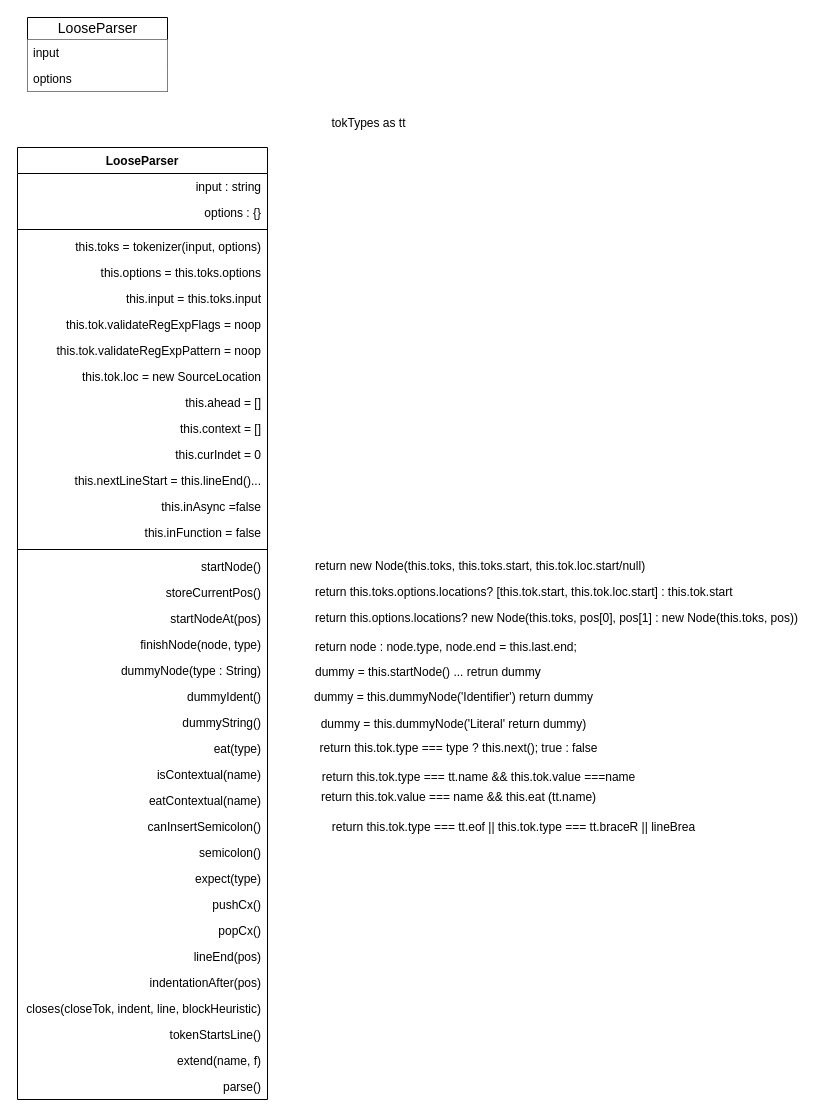
Above: Acron.drawio in GitSamson/Scode (draw.io), before the change. Source tidied: cells renumbered, new cells numbered last; positions are measured from the earlier drawing's top-left corner, leaving out a move shared by most shapes. Both pictures are drawn from the tidied source at 100%, with x=0, y=0 at pixel (17, 17).
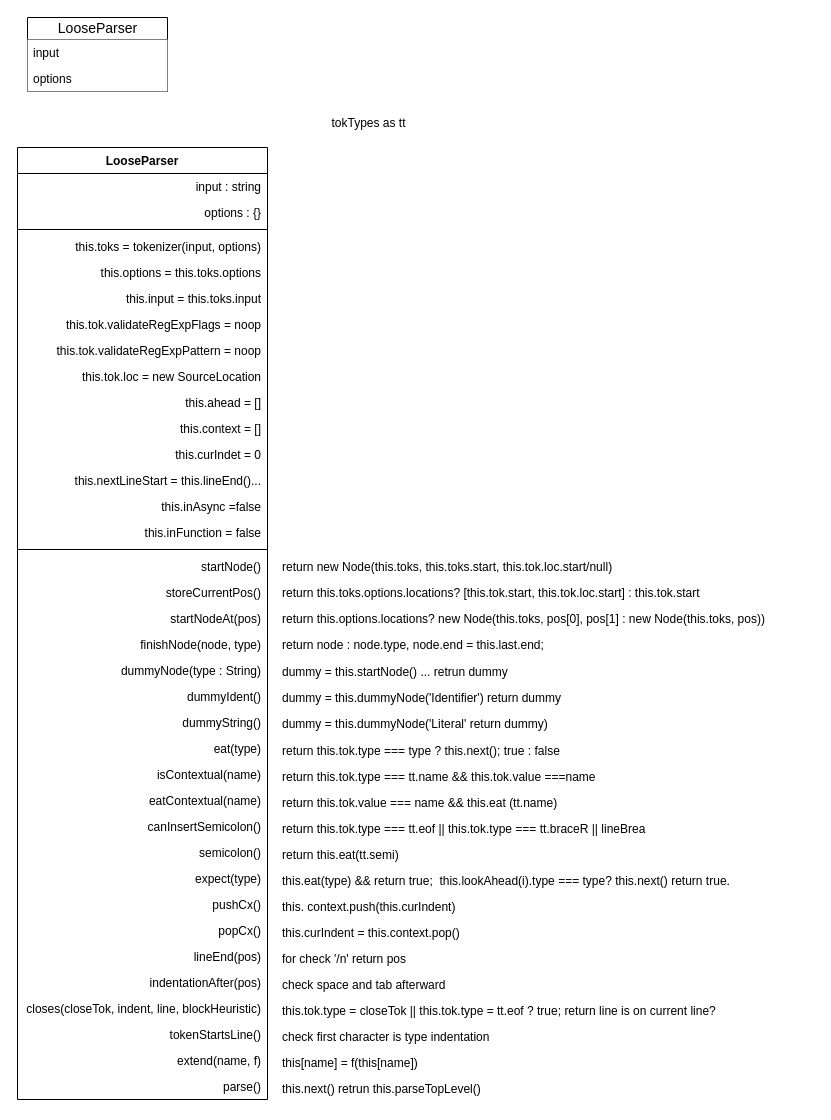
The same page after the edit.

Diff of the diagram source:
```diff
@@
     <mxCell id="43" value="return new Node(this.toks, this.toks.start, this.tok.loc.start/null)" style="text;html=1;align=left;verticalAlign=middle;" parent="1" vertex="1">
-      <mxGeometry x="296" y="539" width="350" height="20" as="geometry" />
+      <mxGeometry x="263" y="540" width="350" height="20" as="geometry" />
     </mxCell>
     <mxCell id="44" value="return this.toks.options.locations? [this.tok.start, this.tok.loc.start] : this.tok.start" style="text;html=1;align=left;verticalAlign=middle;" parent="1" vertex="1">
-      <mxGeometry x="296" y="565" width="430" height="20" as="geometry" />
+      <mxGeometry x="263" y="566" width="430" height="20" as="geometry" />
     </mxCell>
     <mxCell id="45" value="return this.options.locations? new Node(this.toks, pos[0], pos[1] : new Node(this.toks, pos))" style="text;html=1;align=left;verticalAlign=middle;" parent="1" vertex="1">
-      <mxGeometry x="296" y="591" width="500" height="20" as="geometry" />
+      <mxGeometry x="263" y="592" width="500" height="20" as="geometry" />
     </mxCell>
     <mxCell id="46" value="return node : node.type, node.end = this.last.end;&amp;nbsp;" style="text;html=1;align=left;verticalAlign=middle;" parent="1" vertex="1">
-      <mxGeometry x="296" y="620" width="280" height="20" as="geometry" />
+      <mxGeometry x="263" y="618" width="280" height="20" as="geometry" />
     </mxCell>
     <mxCell id="47" value="dummy = this.startNode() ... retrun dummy&amp;nbsp;" style="text;html=1;align=left;verticalAlign=middle;" parent="1" vertex="1">
-      <mxGeometry x="296" y="645" width="240" height="20" as="geometry" />
+      <mxGeometry x="263" y="645" width="240" height="20" as="geometry" />
     </mxCell>
-    <mxCell id="48" value="dummy = this.dummyNode('Identifier') return dummy" style="text;html=1;align=center;verticalAlign=middle;" parent="1" vertex="1">
-      <mxGeometry x="291" y="670" width="290" height="20" as="geometry" />
+    <mxCell id="48" value="dummy = this.dummyNode('Identifier') return dummy" style="text;html=1;align=left;verticalAlign=middle;" parent="1" vertex="1">
+      <mxGeometry x="263" y="671" width="290" height="20" as="geometry" />
     </mxCell>
-    <mxCell id="49" value="dummy = this.dummyNode('Literal' return dummy)" style="text;html=1;align=center;verticalAlign=middle;" parent="1" vertex="1">
-      <mxGeometry x="296" y="697" width="280" height="20" as="geometry" />
+    <mxCell id="49" value="dummy = this.dummyNode('Literal' return dummy)" style="text;html=1;align=left;verticalAlign=middle;" parent="1" vertex="1">
+      <mxGeometry x="263" y="697" width="280" height="20" as="geometry" />
     </mxCell>
-    <mxCell id="50" value="return this.tok.type === type ? this.next(); true : false" style="text;html=1;align=center;verticalAlign=middle;" parent="1" vertex="1">
-      <mxGeometry x="296" y="721" width="290" height="20" as="geometry" />
+    <mxCell id="50" value="return this.tok.type === type ? this.next(); true : false" style="text;html=1;align=left;verticalAlign=middle;" parent="1" vertex="1">
+      <mxGeometry x="263" y="724" width="290" height="20" as="geometry" />
     </mxCell>
-    <mxCell id="51" value="return this.tok.type === tt.name &amp;amp;&amp;amp; this.tok.value ===name" style="text;html=1;align=center;verticalAlign=middle;" parent="1" vertex="1">
-      <mxGeometry x="296" y="750" width="330" height="20" as="geometry" />
+    <mxCell id="51" value="return this.tok.type === tt.name &amp;amp;&amp;amp; this.tok.value ===name" style="text;html=1;align=left;verticalAlign=middle;" parent="1" vertex="1">
+      <mxGeometry x="263" y="750" width="330" height="20" as="geometry" />
     </mxCell>
@@
-    <mxCell id="53" value="return this.tok.value === name &amp;amp;&amp;amp; this.eat (tt.name)" style="text;html=1;align=center;verticalAlign=middle;" parent="1" vertex="1">
-      <mxGeometry x="296" y="770" width="290" height="20" as="geometry" />
+    <mxCell id="53" value="return this.tok.value === name &amp;amp;&amp;amp; this.eat (tt.name)" style="text;html=1;align=left;verticalAlign=middle;" parent="1" vertex="1">
+      <mxGeometry x="263" y="776" width="290" height="20" as="geometry" />
     </mxCell>
-    <mxCell id="54" value="return this.tok.type === tt.eof || this.tok.type === tt.braceR || lineBrea" style="text;html=1;align=center;verticalAlign=middle;" parent="1" vertex="1">
-      <mxGeometry x="306" y="800" width="380" height="20" as="geometry" />
+    <mxCell id="54" value="return this.tok.type === tt.eof || this.tok.type === tt.braceR || lineBrea" style="text;html=1;align=left;verticalAlign=middle;" parent="1" vertex="1">
+      <mxGeometry x="263" y="802" width="380" height="20" as="geometry" />
     </mxCell>
+    <mxCell id="55" value="return this.eat(tt.semi)" style="text;html=1;align=left;verticalAlign=middle;" parent="1" vertex="1">
+      <mxGeometry x="263" y="828" width="130" height="20" as="geometry" />
+    </mxCell>
+    <mxCell id="56" value="this.eat(type) &amp;amp;&amp;amp; return true;&amp;nbsp; this.lookAhead(i).type === type? this.next() return true.&amp;nbsp;" style="text;html=1;align=left;verticalAlign=middle;" parent="1" vertex="1">
+      <mxGeometry x="263" y="854" width="470" height="20" as="geometry" />
+    </mxCell>
+    <mxCell id="57" value="this. context.push(this.curIndent)" style="text;html=1;align=left;verticalAlign=middle;" parent="1" vertex="1">
+      <mxGeometry x="263" y="880" width="190" height="20" as="geometry" />
+    </mxCell>
+    <mxCell id="58" value="this.curIndent = this.context.pop()" style="text;html=1;align=left;verticalAlign=middle;" parent="1" vertex="1">
+      <mxGeometry x="263" y="906" width="190" height="20" as="geometry" />
+    </mxCell>
+    <mxCell id="59" value="for check '/n' return pos" style="text;html=1;align=left;verticalAlign=middle;" parent="1" vertex="1">
+      <mxGeometry x="263" y="932" width="140" height="20" as="geometry" />
+    </mxCell>
+    <mxCell id="60" value="check space and tab afterward" style="text;html=1;align=left;verticalAlign=middle;" parent="1" vertex="1">
+      <mxGeometry x="263" y="958" width="180" height="20" as="geometry" />
+    </mxCell>
+    <mxCell id="61" value="this.tok.type = closeTok || this.tok.type = tt.eof ? true; return line is on current line?" style="text;html=1;align=left;verticalAlign=middle;" parent="1" vertex="1">
+      <mxGeometry x="263" y="984" width="450" height="20" as="geometry" />
+    </mxCell>
+    <mxCell id="62" value="check first character is type indentation&amp;nbsp;" style="text;html=1;align=left;verticalAlign=middle;" parent="1" vertex="1">
+      <mxGeometry x="263" y="1010" width="230" height="20" as="geometry" />
+    </mxCell>
+    <mxCell id="63" value="this[name] = f(this[name])" style="text;html=1;align=left;verticalAlign=middle;" parent="1" vertex="1">
+      <mxGeometry x="263" y="1036" width="150" height="20" as="geometry" />
+    </mxCell>
+    <mxCell id="64" value="this.next() retrun this.parseTopLevel()" style="text;html=1;align=left;verticalAlign=middle;" parent="1" vertex="1">
+      <mxGeometry x="263" y="1062" width="210" height="20" as="geometry" />
+    </mxCell>
```
